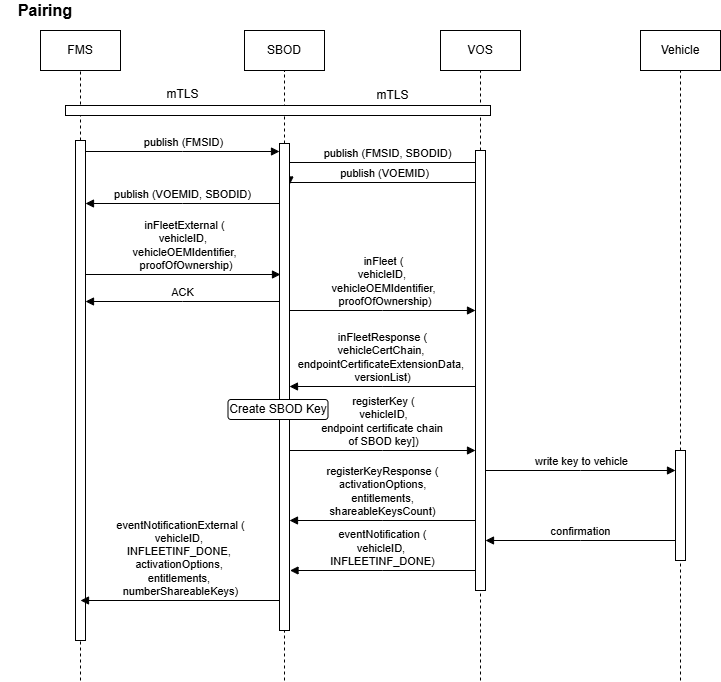
Earlier version of the draw.io export Infleeting.drawio.png (LaurenHsu31/DKC). Source tidied: cells renumbered, new cells last; positions are measured from the earlier drawing's top-left corner, leaving out a move shared by most shapes.
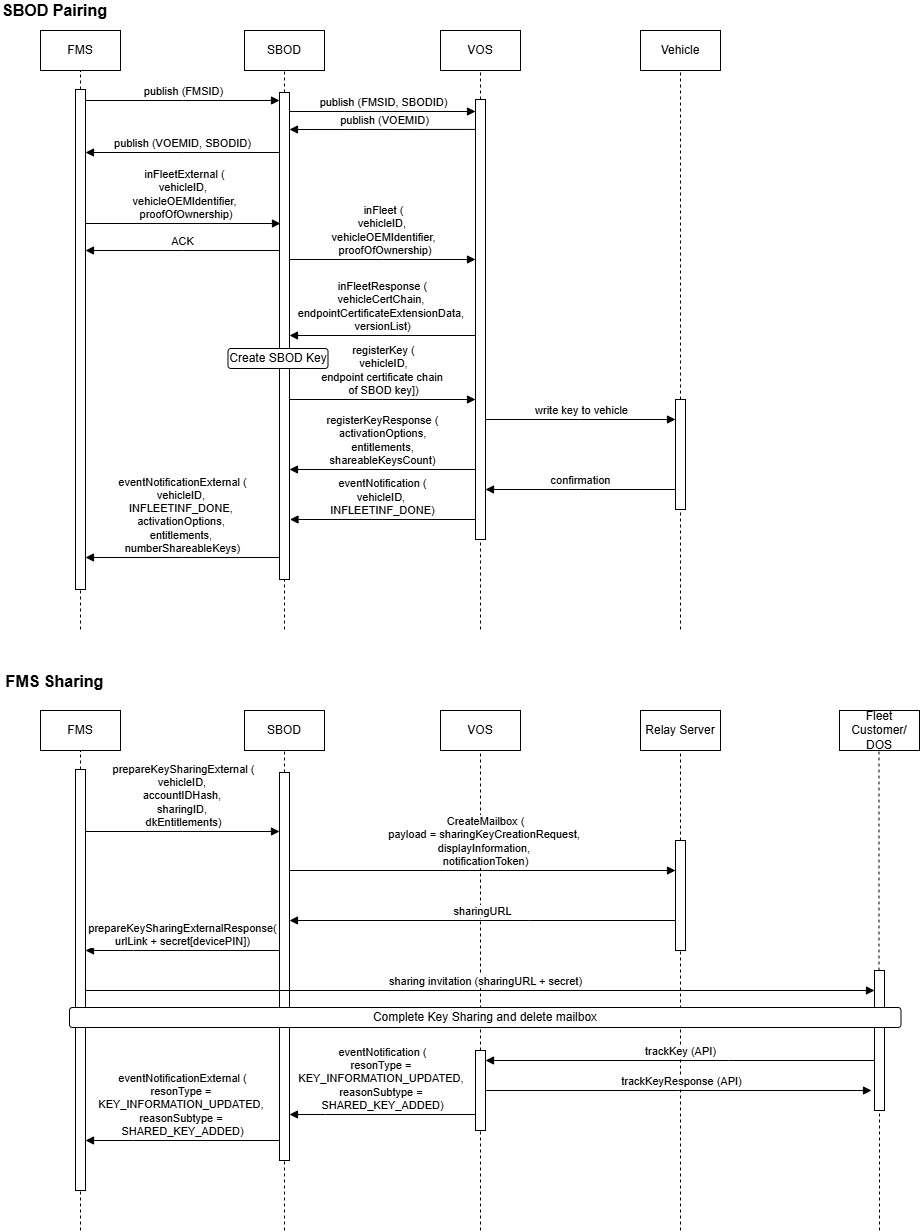
Above is the later version.

Diff of the diagram source:
```diff
@@ -15,4 +15,4 @@
     </mxCell>
-    <mxCell id="5" value="Pairing" style="text;html=1;align=center;verticalAlign=middle;whiteSpace=wrap;rounded=0;fontSize=16;fontStyle=1;" parent="1" vertex="1">
-      <mxGeometry y="102" width="90" height="20" as="geometry" />
+    <mxCell id="5" value="SBOD Pairing" style="text;html=1;align=center;verticalAlign=middle;whiteSpace=wrap;rounded=0;fontSize=16;fontStyle=1;" parent="1" vertex="1">
+      <mxGeometry y="102" width="109" height="20" as="geometry" />
     </mxCell>
@@ -37,10 +37,10 @@
       <mxGeometry x="0.01" relative="1" as="geometry">
-        <mxPoint x="85" y="253" as="sourcePoint" />
+        <mxPoint x="85" y="202" as="sourcePoint" />
       </mxGeometry>
     </mxCell>
-    <mxCell id="12" value="publish (FMSID, SBODID)" style="html=1;verticalAlign=bottom;endArrow=block;edgeStyle=elbowEdgeStyle;elbow=vertical;curved=0;rounded=0;entryX=0.5;entryY=0.024;entryDx=0;entryDy=0;entryPerimeter=0;" parent="1" edge="1" target="23">
+    <mxCell id="12" value="publish (FMSID, SBODID)" style="html=1;verticalAlign=bottom;endArrow=block;edgeStyle=elbowEdgeStyle;elbow=vertical;curved=0;rounded=0;" parent="1" edge="1" target="23">
       <mxGeometry x="0.01" relative="1" as="geometry">
-        <mxPoint x="289" y="264" as="sourcePoint" />
+        <mxPoint x="289" y="213" as="sourcePoint" />
         <Array as="points">
-          <mxPoint x="344" y="264" />
+          <mxPoint x="344" y="213" />
         </Array>
@@ -48,6 +48,4 @@
     </mxCell>
-    <mxCell id="13" value="publish (VOEMID)" style="html=1;verticalAlign=bottom;endArrow=block;edgeStyle=elbowEdgeStyle;elbow=vertical;curved=0;rounded=0;exitX=0.5;exitY=0.068;exitDx=0;exitDy=0;exitPerimeter=0;" parent="1" edge="1" source="23">
-      <mxGeometry relative="1" as="geometry">
-        <mxPoint x="289" y="286.5" as="targetPoint" />
-      </mxGeometry>
+    <mxCell id="13" value="publish (VOEMID)" style="html=1;verticalAlign=bottom;endArrow=block;edgeStyle=elbowEdgeStyle;elbow=vertical;curved=0;rounded=0;exitX=0.5;exitY=0.068;exitDx=0;exitDy=0;exitPerimeter=0;" parent="1" edge="1" source="23" target="21">
+      <mxGeometry relative="1" as="geometry" />
     </mxCell>
@@ -55,17 +53,8 @@
       <mxGeometry relative="1" as="geometry">
-        <mxPoint x="85" y="305" as="targetPoint" />
+        <mxPoint x="85" y="254" as="targetPoint" />
       </mxGeometry>
     </mxCell>
-    <mxCell id="15" style="html=1;perimeter=orthogonalPerimeter;targetShapes=umlLifeline;newEdgeStyle={&quot;edgeStyle&quot;:&quot;elbowEdgeStyle&quot;,&quot;elbow&quot;:&quot;vertical&quot;,&quot;curved&quot;:0,&quot;rounded&quot;:0};rotation=-90;" parent="1" vertex="1">
-      <mxGeometry x="272.5" y="-0.5" width="10" height="425" as="geometry" />
-    </mxCell>
-    <mxCell id="16" value="mTLS" style="text;html=1;align=center;verticalAlign=middle;strokeColor=none;fillColor=none;" parent="1" vertex="1">
-      <mxGeometry x="362" y="182" width="60" height="30" as="geometry" />
-    </mxCell>
-    <mxCell id="17" value="mTLS" style="text;html=1;align=center;verticalAlign=middle;strokeColor=none;fillColor=none;" parent="1" vertex="1">
-      <mxGeometry x="152" y="181" width="60" height="30" as="geometry" />
-    </mxCell>
     <mxCell id="18" style="endArrow=none;dashed=1;html=1;rounded=0;entryX=0.5;entryY=1;entryDx=0;entryDy=0;" parent="1" edge="1" target="19">
       <mxGeometry relative="1" as="geometry">
-        <mxPoint x="80" y="782" as="sourcePoint" />
+        <mxPoint x="80" y="731" as="sourcePoint" />
       </mxGeometry>
@@ -73,3 +62,3 @@
     <mxCell id="19" style="html=1;points=[];perimeter=orthogonalPerimeter;outlineConnect=0;targetShapes=umlLifeline;portConstraint=eastwest;newEdgeStyle={&quot;edgeStyle&quot;:&quot;elbowEdgeStyle&quot;,&quot;elbow&quot;:&quot;vertical&quot;,&quot;curved&quot;:0,&quot;rounded&quot;:0};" parent="1" vertex="1">
-      <mxGeometry x="75" y="242" width="10" height="500" as="geometry" />
+      <mxGeometry x="75" y="191" width="10" height="500" as="geometry" />
     </mxCell>
@@ -77,3 +66,3 @@
       <mxGeometry relative="1" as="geometry">
-        <mxPoint x="284" y="782" as="sourcePoint" />
+        <mxPoint x="284" y="731" as="sourcePoint" />
       </mxGeometry>
@@ -81,3 +70,3 @@
     <mxCell id="21" style="html=1;points=[];perimeter=orthogonalPerimeter;outlineConnect=0;targetShapes=umlLifeline;portConstraint=eastwest;newEdgeStyle={&quot;edgeStyle&quot;:&quot;elbowEdgeStyle&quot;,&quot;elbow&quot;:&quot;vertical&quot;,&quot;curved&quot;:0,&quot;rounded&quot;:0};" parent="1" vertex="1">
-      <mxGeometry x="279" y="245" width="10" height="487" as="geometry" />
+      <mxGeometry x="279" y="194" width="10" height="487" as="geometry" />
     </mxCell>
@@ -85,3 +74,3 @@
       <mxGeometry relative="1" as="geometry">
-        <mxPoint x="480" y="782" as="sourcePoint" />
+        <mxPoint x="480" y="731" as="sourcePoint" />
       </mxGeometry>
@@ -89,3 +78,3 @@
     <mxCell id="23" style="html=1;points=[];perimeter=orthogonalPerimeter;outlineConnect=0;targetShapes=umlLifeline;portConstraint=eastwest;newEdgeStyle={&quot;edgeStyle&quot;:&quot;elbowEdgeStyle&quot;,&quot;elbow&quot;:&quot;vertical&quot;,&quot;curved&quot;:0,&quot;rounded&quot;:0};" parent="1" vertex="1">
-      <mxGeometry x="475" y="252" width="10" height="440" as="geometry" />
+      <mxGeometry x="475" y="201" width="10" height="440" as="geometry" />
     </mxCell>
@@ -93,4 +82,4 @@
       <mxGeometry x="0.01" relative="1" as="geometry">
-        <mxPoint x="85" y="376" as="sourcePoint" />
-        <mxPoint x="280" y="376.1" as="targetPoint" />
+        <mxPoint x="85" y="325" as="sourcePoint" />
+        <mxPoint x="280" y="325.1" as="targetPoint" />
       </mxGeometry>
@@ -99,4 +88,4 @@
       <mxGeometry relative="1" as="geometry">
-        <mxPoint x="279" y="403" as="sourcePoint" />
-        <mxPoint x="85" y="403" as="targetPoint" />
+        <mxPoint x="279" y="352" as="sourcePoint" />
+        <mxPoint x="85" y="352" as="targetPoint" />
       </mxGeometry>
@@ -105,3 +94,3 @@
       <mxGeometry x="0.01" relative="1" as="geometry">
-        <mxPoint x="289" y="412" as="sourcePoint" />
+        <mxPoint x="289" y="361" as="sourcePoint" />
       </mxGeometry>
@@ -110,3 +99,3 @@
       <mxGeometry relative="1" as="geometry">
-        <mxPoint x="474.5" y="488" as="sourcePoint" />
+        <mxPoint x="474.5" y="437" as="sourcePoint" />
       </mxGeometry>
@@ -115,4 +104,4 @@
       <mxGeometry x="0.01" relative="1" as="geometry">
-        <mxPoint x="289" y="552" as="sourcePoint" />
-        <mxPoint x="475" y="552" as="targetPoint" />
+        <mxPoint x="289" y="501" as="sourcePoint" />
+        <mxPoint x="475" y="501" as="targetPoint" />
       </mxGeometry>
@@ -121,3 +110,3 @@
       <mxGeometry relative="1" as="geometry">
-        <mxPoint x="680" y="782" as="sourcePoint" />
+        <mxPoint x="680" y="731" as="sourcePoint" />
       </mxGeometry>
@@ -125,3 +114,3 @@
     <mxCell id="30" style="html=1;points=[];perimeter=orthogonalPerimeter;outlineConnect=0;targetShapes=umlLifeline;portConstraint=eastwest;newEdgeStyle={&quot;edgeStyle&quot;:&quot;elbowEdgeStyle&quot;,&quot;elbow&quot;:&quot;vertical&quot;,&quot;curved&quot;:0,&quot;rounded&quot;:0};" parent="1" vertex="1">
-      <mxGeometry x="675" y="552" width="10" height="110" as="geometry" />
+      <mxGeometry x="675" y="501" width="10" height="110" as="geometry" />
     </mxCell>
@@ -129,3 +118,3 @@
       <mxGeometry x="0.01" relative="1" as="geometry">
-        <mxPoint x="485" y="572" as="sourcePoint" />
+        <mxPoint x="485" y="521" as="sourcePoint" />
       </mxGeometry>
@@ -134,4 +123,4 @@
       <mxGeometry relative="1" as="geometry">
-        <mxPoint x="474.5" y="622" as="sourcePoint" />
-        <mxPoint x="289" y="622" as="targetPoint" />
+        <mxPoint x="474.5" y="571" as="sourcePoint" />
+        <mxPoint x="289" y="571" as="targetPoint" />
       </mxGeometry>
@@ -140,3 +129,3 @@
       <mxGeometry relative="1" as="geometry">
-        <mxPoint x="675" y="642" as="sourcePoint" />
+        <mxPoint x="675" y="591" as="sourcePoint" />
       </mxGeometry>
@@ -145,9 +134,9 @@
       <mxGeometry relative="1" as="geometry">
-        <mxPoint x="475" y="672" as="sourcePoint" />
-        <mxPoint x="289.5" y="672" as="targetPoint" />
+        <mxPoint x="475" y="621" as="sourcePoint" />
+        <mxPoint x="289.5" y="621" as="targetPoint" />
       </mxGeometry>
     </mxCell>
-    <mxCell id="35" value="eventNotificationExternal (&lt;div&gt;vehicleID,&amp;nbsp;&lt;/div&gt;&lt;div&gt;INFLEETINF_DONE,&amp;nbsp;&lt;/div&gt;&lt;div&gt;activationOptions,&amp;nbsp;&lt;/div&gt;&lt;div&gt;entitlements,&amp;nbsp;&lt;/div&gt;&lt;div&gt;numberShareableKeys)&lt;/div&gt;" style="html=1;verticalAlign=bottom;endArrow=block;edgeStyle=elbowEdgeStyle;elbow=vertical;curved=0;rounded=0;entryX=0.5;entryY=0.92;entryDx=0;entryDy=0;entryPerimeter=0;" parent="1" edge="1" target="19">
+    <mxCell id="35" value="eventNotificationExternal (&lt;div&gt;vehicleID,&amp;nbsp;&lt;/div&gt;&lt;div&gt;INFLEETINF_DONE,&amp;nbsp;&lt;/div&gt;&lt;div&gt;activationOptions,&amp;nbsp;&lt;/div&gt;&lt;div&gt;entitlements,&amp;nbsp;&lt;/div&gt;&lt;div&gt;numberShareableKeys)&lt;/div&gt;" style="html=1;verticalAlign=bottom;endArrow=block;edgeStyle=elbowEdgeStyle;elbow=vertical;curved=0;rounded=0;" parent="1" edge="1" target="19">
       <mxGeometry relative="1" as="geometry">
-        <mxPoint x="279" y="702" as="sourcePoint" />
+        <mxPoint x="279" y="659" as="sourcePoint" />
       </mxGeometry>
@@ -155,4 +144,147 @@
     <mxCell id="36" value="Create SBOD Key" style="rounded=1;whiteSpace=wrap;html=1;" parent="1" vertex="1">
-      <mxGeometry x="227.5" y="501" width="100" height="20" as="geometry" />
+      <mxGeometry x="227.5" y="450" width="100" height="20" as="geometry" />
     </mxCell>
+    <mxCell id="37" value="FMS Sharing" style="text;html=1;align=center;verticalAlign=middle;whiteSpace=wrap;rounded=0;fontSize=16;fontStyle=1;" parent="1" vertex="1">
+      <mxGeometry y="773" width="109" height="20" as="geometry" />
+    </mxCell>
+    <mxCell id="38" style="endArrow=none;dashed=1;html=1;rounded=0;entryX=0.5;entryY=1;entryDx=0;entryDy=0;" parent="1" edge="1" source="52">
+      <mxGeometry relative="1" as="geometry">
+        <mxPoint x="480" y="852" as="targetPoint" />
+      </mxGeometry>
+    </mxCell>
+    <mxCell id="39" style="endArrow=none;dashed=1;html=1;rounded=0;entryX=0.5;entryY=1;entryDx=0;entryDy=0;" parent="1" edge="1" source="50" target="42">
+      <mxGeometry relative="1" as="geometry" />
+    </mxCell>
+    <mxCell id="40" style="endArrow=none;dashed=1;html=1;rounded=0;entryX=0.5;entryY=1;entryDx=0;entryDy=0;" parent="1" edge="1" source="48" target="41">
+      <mxGeometry relative="1" as="geometry" />
+    </mxCell>
+    <mxCell id="41" value="FMS" style="rounded=0;whiteSpace=wrap;html=1;" parent="1" vertex="1">
+      <mxGeometry x="40" y="812" width="80" height="40" as="geometry" />
+    </mxCell>
+    <mxCell id="42" value="SBOD" style="rounded=0;whiteSpace=wrap;html=1;" parent="1" vertex="1">
+      <mxGeometry x="244" y="812" width="80" height="40" as="geometry" />
+    </mxCell>
+    <mxCell id="43" value="VOS" style="rounded=0;whiteSpace=wrap;html=1;" parent="1" vertex="1">
+      <mxGeometry x="440" y="812" width="80" height="40" as="geometry" />
+    </mxCell>
+    <mxCell id="44" value="Relay Server" style="rounded=0;whiteSpace=wrap;html=1;" parent="1" vertex="1">
+      <mxGeometry x="640" y="812" width="80" height="40" as="geometry" />
+    </mxCell>
+    <mxCell id="45" style="endArrow=none;dashed=1;html=1;rounded=0;entryX=0.5;entryY=1;entryDx=0;entryDy=0;" parent="1" edge="1" source="54">
+      <mxGeometry relative="1" as="geometry">
+        <mxPoint x="680" y="852" as="targetPoint" />
+      </mxGeometry>
+    </mxCell>
+    <mxCell id="46" value="prepareKeySharingExternal (&lt;div&gt;vehicleID,&amp;nbsp;&lt;/div&gt;&lt;div&gt;accountIDHash,&amp;nbsp;&lt;/div&gt;&lt;div&gt;sharingID,&amp;nbsp;&lt;/div&gt;&lt;div&gt;dkEntitlements)&lt;/div&gt;" style="html=1;verticalAlign=bottom;endArrow=block;edgeStyle=elbowEdgeStyle;elbow=vertical;curved=0;rounded=0;" parent="1" edge="1">
+      <mxGeometry x="0.01" relative="1" as="geometry">
+        <mxPoint x="85" y="933" as="sourcePoint" />
+        <mxPoint x="279" y="933" as="targetPoint" />
+      </mxGeometry>
+    </mxCell>
+    <mxCell id="47" style="endArrow=none;dashed=1;html=1;rounded=0;entryX=0.5;entryY=1;entryDx=0;entryDy=0;" parent="1" edge="1" target="48">
+      <mxGeometry relative="1" as="geometry">
+        <mxPoint x="80" y="1332" as="sourcePoint" />
+      </mxGeometry>
+    </mxCell>
+    <mxCell id="48" style="html=1;points=[];perimeter=orthogonalPerimeter;outlineConnect=0;targetShapes=umlLifeline;portConstraint=eastwest;newEdgeStyle={&quot;edgeStyle&quot;:&quot;elbowEdgeStyle&quot;,&quot;elbow&quot;:&quot;vertical&quot;,&quot;curved&quot;:0,&quot;rounded&quot;:0};" parent="1" vertex="1">
+      <mxGeometry x="75" y="871" width="10" height="421" as="geometry" />
+    </mxCell>
+    <mxCell id="49" style="endArrow=none;dashed=1;html=1;rounded=0;entryX=0.5;entryY=1;entryDx=0;entryDy=0;" parent="1" edge="1" target="50">
+      <mxGeometry relative="1" as="geometry">
+        <mxPoint x="284" y="1332" as="sourcePoint" />
+      </mxGeometry>
+    </mxCell>
+    <mxCell id="50" style="html=1;points=[];perimeter=orthogonalPerimeter;outlineConnect=0;targetShapes=umlLifeline;portConstraint=eastwest;newEdgeStyle={&quot;edgeStyle&quot;:&quot;elbowEdgeStyle&quot;,&quot;elbow&quot;:&quot;vertical&quot;,&quot;curved&quot;:0,&quot;rounded&quot;:0};" parent="1" vertex="1">
+      <mxGeometry x="279" y="874" width="10" height="388" as="geometry" />
+    </mxCell>
+    <mxCell id="51" style="endArrow=none;dashed=1;html=1;rounded=0;entryX=0.5;entryY=1;entryDx=0;entryDy=0;" parent="1" edge="1" target="52">
+      <mxGeometry relative="1" as="geometry">
+        <mxPoint x="480" y="1332" as="sourcePoint" />
+      </mxGeometry>
+    </mxCell>
+    <mxCell id="52" style="html=1;points=[];perimeter=orthogonalPerimeter;outlineConnect=0;targetShapes=umlLifeline;portConstraint=eastwest;newEdgeStyle={&quot;edgeStyle&quot;:&quot;elbowEdgeStyle&quot;,&quot;elbow&quot;:&quot;vertical&quot;,&quot;curved&quot;:0,&quot;rounded&quot;:0};" parent="1" vertex="1">
+      <mxGeometry x="475" y="1152" width="10" height="80" as="geometry" />
+    </mxCell>
+    <mxCell id="53" style="endArrow=none;dashed=1;html=1;rounded=0;entryX=0.5;entryY=1;entryDx=0;entryDy=0;" parent="1" edge="1" target="54">
+      <mxGeometry relative="1" as="geometry">
+        <mxPoint x="680" y="1332" as="sourcePoint" />
+      </mxGeometry>
+    </mxCell>
+    <mxCell id="54" style="html=1;points=[];perimeter=orthogonalPerimeter;outlineConnect=0;targetShapes=umlLifeline;portConstraint=eastwest;newEdgeStyle={&quot;edgeStyle&quot;:&quot;elbowEdgeStyle&quot;,&quot;elbow&quot;:&quot;vertical&quot;,&quot;curved&quot;:0,&quot;rounded&quot;:0};" parent="1" vertex="1">
+      <mxGeometry x="675" y="942" width="10" height="110" as="geometry" />
+    </mxCell>
+    <mxCell id="55" value="sharingURL" style="html=1;verticalAlign=bottom;endArrow=block;edgeStyle=elbowEdgeStyle;elbow=vertical;curved=0;rounded=0;" parent="1" edge="1" target="50">
+      <mxGeometry relative="1" as="geometry">
+        <mxPoint x="675" y="1022" as="sourcePoint" />
+        <Array as="points">
+          <mxPoint x="529" y="1022" />
+        </Array>
+      </mxGeometry>
+    </mxCell>
+    <mxCell id="56" value="Fleet Customer/&lt;div&gt;DOS&lt;/div&gt;" style="rounded=0;whiteSpace=wrap;html=1;" parent="1" vertex="1">
+      <mxGeometry x="839" y="812" width="80" height="40" as="geometry" />
+    </mxCell>
+    <mxCell id="57" style="endArrow=none;dashed=1;html=1;rounded=0;entryX=0.5;entryY=1;entryDx=0;entryDy=0;" parent="1" edge="1" source="61">
+      <mxGeometry relative="1" as="geometry">
+        <mxPoint x="878.5" y="852" as="targetPoint" />
+      </mxGeometry>
+    </mxCell>
+    <mxCell id="58" value="CreateMailbox (&lt;div&gt;payload = sharingKeyCreationRequest,&amp;nbsp;&lt;/div&gt;&lt;div&gt;displayInformation,&amp;nbsp;&lt;/div&gt;&lt;div&gt;notificationToken)&lt;/div&gt;" style="html=1;verticalAlign=bottom;endArrow=block;edgeStyle=elbowEdgeStyle;elbow=vertical;curved=0;rounded=0;" parent="1" edge="1" target="54">
+      <mxGeometry x="0.01" relative="1" as="geometry">
+        <mxPoint x="289" y="972" as="sourcePoint" />
+      </mxGeometry>
+    </mxCell>
+    <mxCell id="59" value="prepareKeySharingExternalResponse(&lt;div&gt;urlLink + secret[devicePIN])&lt;/div&gt;" style="html=1;verticalAlign=bottom;endArrow=block;edgeStyle=elbowEdgeStyle;elbow=vertical;curved=0;rounded=0;" parent="1" edge="1" target="48">
+      <mxGeometry relative="1" as="geometry">
+        <mxPoint x="279" y="1052" as="sourcePoint" />
+        <Array as="points">
+          <mxPoint x="133" y="1052" />
+        </Array>
+      </mxGeometry>
+    </mxCell>
+    <mxCell id="60" style="endArrow=none;dashed=1;html=1;rounded=0;entryX=0.5;entryY=1;entryDx=0;entryDy=0;" parent="1" edge="1" target="61">
+      <mxGeometry relative="1" as="geometry">
+        <mxPoint x="879" y="1332" as="sourcePoint" />
+      </mxGeometry>
+    </mxCell>
+    <mxCell id="61" style="html=1;points=[];perimeter=orthogonalPerimeter;outlineConnect=0;targetShapes=umlLifeline;portConstraint=eastwest;newEdgeStyle={&quot;edgeStyle&quot;:&quot;elbowEdgeStyle&quot;,&quot;elbow&quot;:&quot;vertical&quot;,&quot;curved&quot;:0,&quot;rounded&quot;:0};" parent="1" vertex="1">
+      <mxGeometry x="874" y="1072" width="10" height="140" as="geometry" />
+    </mxCell>
+    <mxCell id="62" value="sharing invitation (sharingURL + secret)" style="html=1;verticalAlign=bottom;endArrow=block;edgeStyle=elbowEdgeStyle;elbow=vertical;curved=0;rounded=0;" parent="1" edge="1" target="61">
+      <mxGeometry x="0.01" relative="1" as="geometry">
+        <mxPoint x="85" y="1092" as="sourcePoint" />
+      </mxGeometry>
+    </mxCell>
+    <mxCell id="63" value="trackKey (API)" style="html=1;verticalAlign=bottom;endArrow=block;edgeStyle=elbowEdgeStyle;elbow=vertical;curved=0;rounded=0;" parent="1" edge="1" target="52">
+      <mxGeometry relative="1" as="geometry">
+        <mxPoint x="874" y="1162" as="sourcePoint" />
+        <Array as="points">
+          <mxPoint x="728" y="1162" />
+        </Array>
+      </mxGeometry>
+    </mxCell>
+    <mxCell id="64" value="trackKeyResponse (API)" style="html=1;verticalAlign=bottom;endArrow=block;edgeStyle=elbowEdgeStyle;elbow=vertical;curved=0;rounded=0;" parent="1" edge="1">
+      <mxGeometry x="0.01" relative="1" as="geometry">
+        <mxPoint x="485" y="1192" as="sourcePoint" />
+        <mxPoint x="871" y="1192" as="targetPoint" />
+      </mxGeometry>
+    </mxCell>
+    <mxCell id="65" value="eventNotification (&lt;div&gt;resonType =&amp;nbsp;&lt;/div&gt;&lt;div&gt;KEY_INFORMATION_UPDATED,&amp;nbsp;&lt;/div&gt;&lt;div&gt;reasonSubtype =&amp;nbsp;&lt;/div&gt;&lt;div&gt;SHARED_KEY_ADDED)&lt;/div&gt;" style="html=1;verticalAlign=bottom;endArrow=block;edgeStyle=elbowEdgeStyle;elbow=vertical;curved=0;rounded=0;" parent="1" edge="1" source="52" target="50">
+      <mxGeometry relative="1" as="geometry">
+        <Array as="points">
+          <mxPoint x="325" y="1216" />
+        </Array>
+      </mxGeometry>
+    </mxCell>
+    <mxCell id="66" value="eventNotificationExternal (&lt;div&gt;resonType =&amp;nbsp;&lt;/div&gt;&lt;div&gt;KEY_INFORMATION_UPDATED,&amp;nbsp;&lt;/div&gt;&lt;div&gt;reasonSubtype =&amp;nbsp;&lt;/div&gt;&lt;div&gt;SHARED_KEY_ADDED)&lt;/div&gt;" style="html=1;verticalAlign=bottom;endArrow=block;edgeStyle=elbowEdgeStyle;elbow=vertical;curved=0;rounded=0;" parent="1" edge="1" target="48">
+      <mxGeometry relative="1" as="geometry">
+        <mxPoint x="279" y="1242" as="sourcePoint" />
+        <Array as="points">
+          <mxPoint x="133" y="1242" />
+        </Array>
+      </mxGeometry>
+    </mxCell>
+    <mxCell id="67" value="Complete Key Sharing and delete mailbox" style="rounded=1;whiteSpace=wrap;html=1;" parent="1" vertex="1">
+      <mxGeometry x="69" y="1109" width="831.5" height="20" as="geometry" />
+    </mxCell>
   </root>
```
